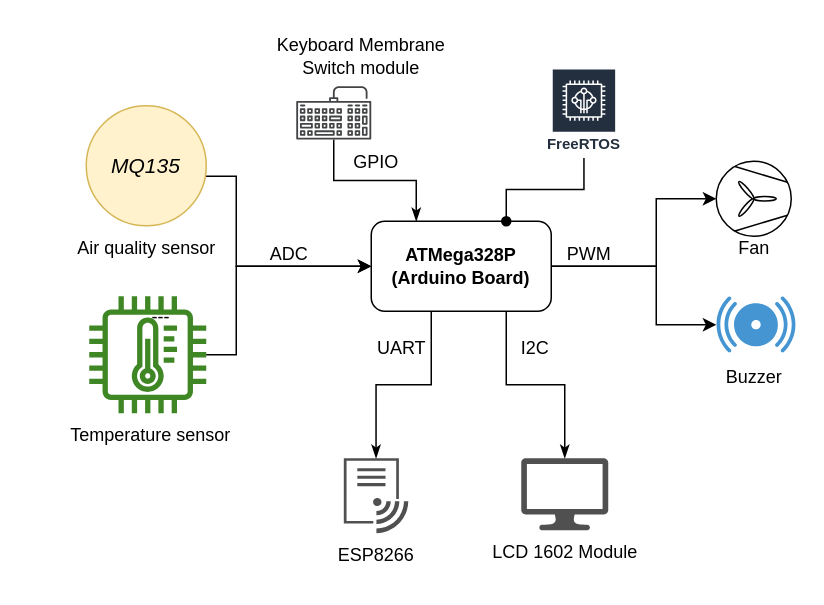
This is doc/images/southbound_architecture.drawio from Gixs/IotProjectUnical, a draw.io file, before an edit. Source tidied: cells renumbered, new cells numbered last; positions are measured from the earlier drawing's top-left corner, leaving out a move shared by most shapes. Both pictures are drawn from the tidied source at 150%, with x=0, y=0 at pixel (26, 26).
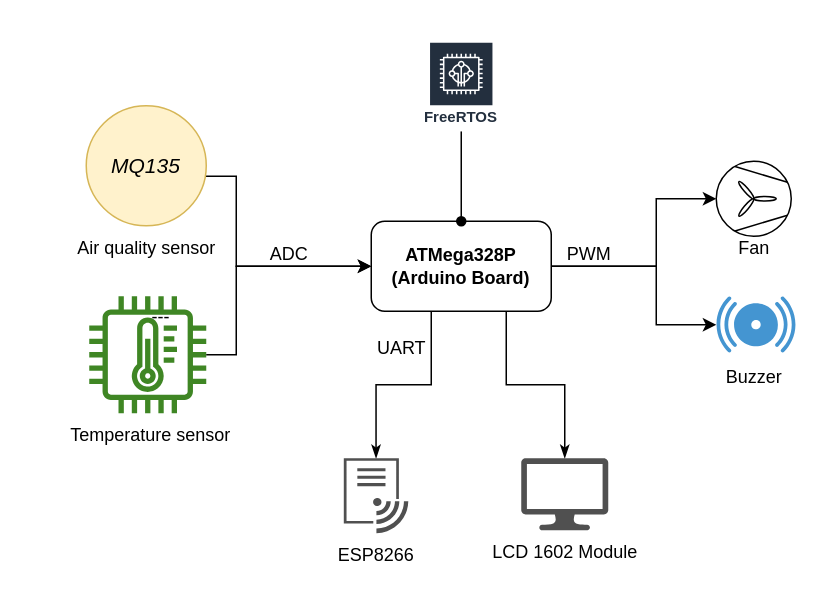
The same diagram, later.

Unchanged cells that the change refers to:
```xml
<mxCell id="6" value="&lt;b&gt;ATMega328P&lt;br&gt;(Arduino Board)&lt;br&gt;&lt;/b&gt;" style="rounded=1;whiteSpace=wrap;html=1;" parent="1" vertex="1">
  <mxGeometry x="230" y="130" width="120" height="60" as="geometry" />
</mxCell>
```

Change to the diagram source:
```diff
@@
-    <mxCell id="19" style="edgeStyle=orthogonalEdgeStyle;rounded=0;jettySize=auto;html=1;entryX=0.75;entryY=0;entryDx=0;entryDy=0;endArrow=oval;endFill=1;" parent="1" edge="1" source="20" target="6">
+    <mxCell id="19" style="edgeStyle=orthogonalEdgeStyle;rounded=0;jettySize=auto;html=1;entryX=0.5;entryY=0;entryDx=0;entryDy=0;endArrow=oval;endFill=1;" parent="1" edge="1" source="20" target="6">
       <mxGeometry relative="1" as="geometry" />
     </mxCell>
     <mxCell id="20" value="FreeRTOS" style="sketch=0;outlineConnect=0;fontColor=#232F3E;gradientColor=none;strokeColor=#ffffff;fillColor=#232F3E;dashed=0;verticalLabelPosition=middle;verticalAlign=bottom;align=center;html=1;whiteSpace=wrap;fontSize=10;fontStyle=1;spacing=3;shape=mxgraph.aws4.productIcon;prIcon=mxgraph.aws4.freertos;" parent="1" vertex="1">
-      <mxGeometry x="350" y="27.8" width="43.6" height="60" as="geometry" />
+      <mxGeometry x="268.2" y="10" width="43.6" height="60" as="geometry" />
     </mxCell>
@@
-    <mxCell id="27" value="I2C" style="text;html=1;align=center;verticalAlign=middle;strokeColor=none;fillColor=none;" parent="1" vertex="1">
-      <mxGeometry x="319" y="200" width="40" height="30" as="geometry" />
-    </mxCell>
@@
-    <mxCell id="30" style="edgeStyle=orthogonalEdgeStyle;rounded=0;jettySize=auto;html=1;entryX=0.25;entryY=0;entryDx=0;entryDy=0;endArrow=classicThin;endFill=1;" parent="1" edge="1" source="31" target="6">
-      <mxGeometry relative="1" as="geometry" />
-    </mxCell>
-    <mxCell id="31" style="sketch=0;shadow=0;dashed=0;html=1;strokeColor=none;fillColor=#434445;labelPosition=center;verticalLabelPosition=bottom;verticalAlign=top;align=center;outlineConnect=0;shape=mxgraph.vvd.keyboard;" parent="1" vertex="1">
-      <mxGeometry x="180" y="40" width="50" height="35.5" as="geometry" />
-    </mxCell>
-    <mxCell id="32" value="Keyboard Membrane&lt;br&gt;Switch module" style="text;html=1;align=center;verticalAlign=middle;strokeColor=none;fillColor=none;" parent="1" vertex="1">
-      <mxGeometry x="153.2" width="140" height="40" as="geometry" />
-    </mxCell>
-    <mxCell id="33" value="GPIO" style="text;html=1;align=center;verticalAlign=middle;strokeColor=none;fillColor=none;" parent="1" vertex="1">
-      <mxGeometry x="208.2" y="75.5" width="50" height="30" as="geometry" />
-    </mxCell>
```
